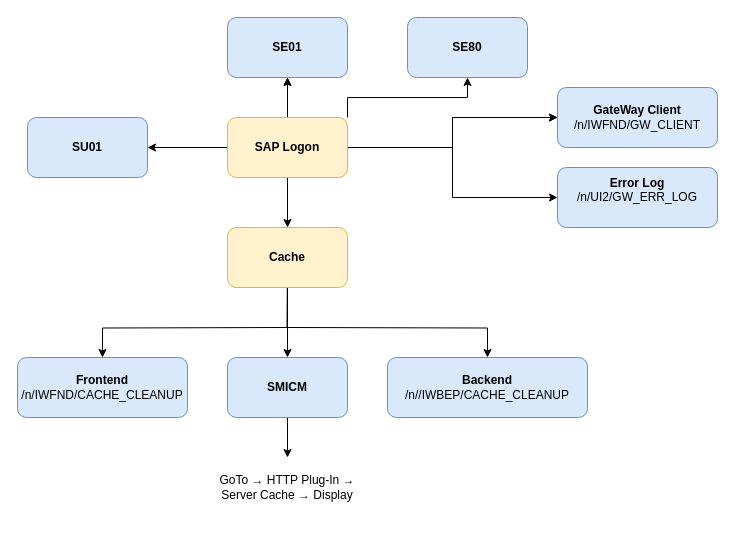
The draw.io diagram SAP Logon.drawio in lion9/1_DIAGRAMS, before the edit. Source tidied: cells renumbered, new cells numbered last; positions are measured from the earlier drawing's top-left corner, leaving out a move shared by most shapes. Both pictures are drawn from the tidied source at 100%, with x=0, y=0 at pixel (17, 17).
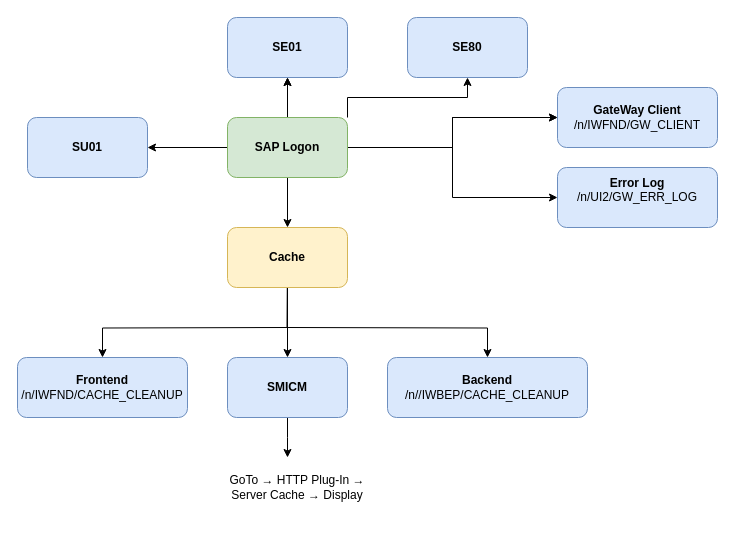
Above is the later version.

The change refers to these unchanged cells:
```xml
<mxCell id="14" value="SMICM" style="rounded=1;whiteSpace=wrap;html=1;fillColor=#dae8fc;strokeColor=#6c8ebf;fontStyle=1;" parent="1" vertex="1">
  <mxGeometry x="210" y="340" width="120" height="60" as="geometry" />
</mxCell>
```

Diff of the diagram source:
```diff
@@
-    <mxCell id="12" value="SAP Logon" style="rounded=1;whiteSpace=wrap;html=1;fillColor=#fff2cc;strokeColor=#d6b656;fontStyle=1;" parent="1" vertex="1">
+    <mxCell id="12" value="SAP Logon" style="rounded=1;whiteSpace=wrap;html=1;fillColor=#d5e8d4;strokeColor=#82b366;fontStyle=1;" parent="1" vertex="1">
       <mxGeometry x="210" y="100" width="120" height="60" as="geometry" />
     </mxCell>
-    <mxCell id="13" style="edgeStyle=orthogonalEdgeStyle;rounded=0;jettySize=auto;html=1;" parent="1" edge="1" source="14" target="15">
-      <mxGeometry relative="1" as="geometry" />
+    <mxCell id="13" style="edgeStyle=orthogonalEdgeStyle;rounded=0;jettySize=auto;html=1;" parent="1" edge="1" source="14">
+      <mxGeometry relative="1" as="geometry">
+        <mxPoint x="270" y="440" as="targetPoint" />
+      </mxGeometry>
     </mxCell>
@@
     <mxCell id="15" value="GoTo → HTTP Plug-In → Server Cache → Display" style="rounded=1;whiteSpace=wrap;html=1;fillStyle=auto;glass=0;fillColor=none;strokeColor=none;" parent="1" vertex="1">
-      <mxGeometry x="195" y="440" width="150" height="60" as="geometry" />
+      <mxGeometry x="205" y="440" width="150" height="60" as="geometry" />
     </mxCell>
```
